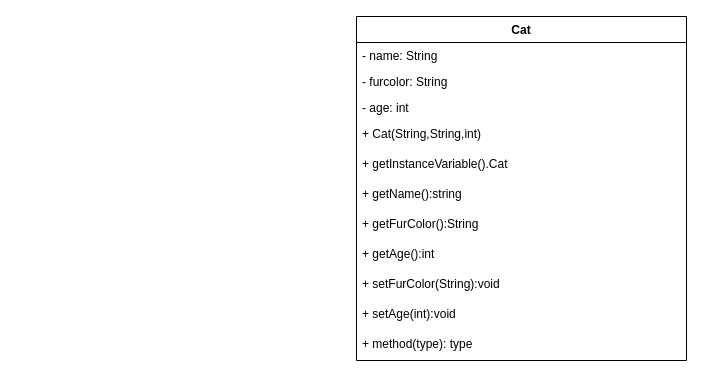
Before: klassendiagramm.drawio in mariussimen/02b_Klassen_Objekte_2, a draw.io diagram. Source tidied: cells renumbered, new cells numbered last; positions are measured from the earlier drawing's top-left corner, leaving out a move shared by most shapes. Both pictures are drawn from the tidied source at 100%, with x=0, y=0 at pixel (356, 16).
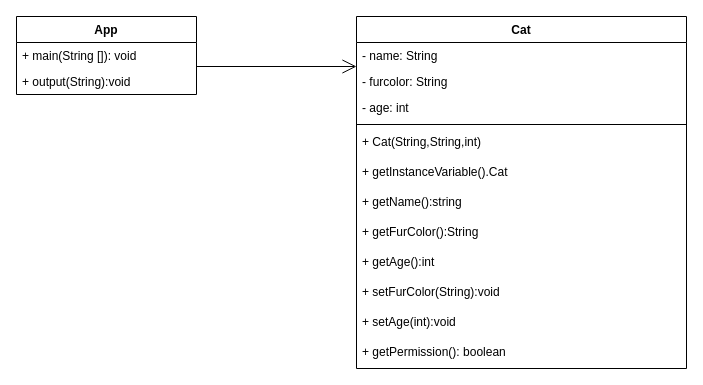
After the change.

Change to the diagram source:
```diff
@@
 <mxGraphModel>
   <root>
     <mxCell id="0" />
     <mxCell id="1" parent="0" />
     <mxCell id="2" value="Cat" style="swimlane;fontStyle=1;align=center;verticalAlign=top;horizontal=1;startSize=26;" parent="1" vertex="1">
-      <mxGeometry width="330" height="344" as="geometry" />
+      <mxGeometry width="330" height="352" as="geometry" />
     </mxCell>
     <mxCell id="3" value="- name: String" style="text;strokeColor=none;fillColor=none;align=left;verticalAlign=top;spacingLeft=4;spacingRight=4;overflow=hidden;" parent="2" vertex="1">
       <mxGeometry y="26" width="330" height="26" as="geometry" />
     </mxCell>
     <mxCell id="4" value="- furcolor: String" style="text;strokeColor=none;fillColor=none;align=left;verticalAlign=top;spacingLeft=4;spacingRight=4;overflow=hidden;" parent="2" vertex="1">
       <mxGeometry y="52" width="330" height="26" as="geometry" />
     </mxCell>
     <mxCell id="5" value="- age: int" style="text;strokeColor=none;fillColor=none;align=left;verticalAlign=top;spacingLeft=4;spacingRight=4;overflow=hidden;" parent="2" vertex="1">
       <mxGeometry y="78" width="330" height="26" as="geometry" />
     </mxCell>
+    <mxCell id="14" style="line;strokeWidth=1;fillColor=none;align=left;verticalAlign=middle;spacingTop=-1;spacingLeft=3;spacingRight=3;labelPosition=right;strokeColor=inherit;" parent="2" vertex="1">
+      <mxGeometry y="104" width="330" height="8" as="geometry" />
+    </mxCell>
     <mxCell id="6" value="+ Cat(String,String,int)" style="text;strokeColor=none;fillColor=none;align=left;verticalAlign=top;spacingLeft=4;spacingRight=4;overflow=hidden;" parent="2" vertex="1">
-      <mxGeometry y="104" width="330" height="30" as="geometry" />
+      <mxGeometry y="112" width="330" height="30" as="geometry" />
     </mxCell>
     <mxCell id="7" value="+ getInstanceVariable().Cat" style="text;strokeColor=none;fillColor=none;align=left;verticalAlign=top;spacingLeft=4;spacingRight=4;overflow=hidden;" parent="2" vertex="1">
-      <mxGeometry y="134" width="330" height="30" as="geometry" />
+      <mxGeometry y="142" width="330" height="30" as="geometry" />
     </mxCell>
     <mxCell id="8" value="+ getName():string" style="text;strokeColor=none;fillColor=none;align=left;verticalAlign=top;spacingLeft=4;spacingRight=4;overflow=hidden;" parent="2" vertex="1">
-      <mxGeometry y="164" width="330" height="30" as="geometry" />
+      <mxGeometry y="172" width="330" height="30" as="geometry" />
     </mxCell>
     <mxCell id="9" value="+ getFurColor():String" style="text;strokeColor=none;fillColor=none;align=left;verticalAlign=top;spacingLeft=4;spacingRight=4;overflow=hidden;" parent="2" vertex="1">
-      <mxGeometry y="194" width="330" height="30" as="geometry" />
+      <mxGeometry y="202" width="330" height="30" as="geometry" />
     </mxCell>
     <mxCell id="10" value="+ getAge():int" style="text;strokeColor=none;fillColor=none;align=left;verticalAlign=top;spacingLeft=4;spacingRight=4;overflow=hidden;" parent="2" vertex="1">
-      <mxGeometry y="224" width="330" height="30" as="geometry" />
+      <mxGeometry y="232" width="330" height="30" as="geometry" />
     </mxCell>
     <mxCell id="11" value="+ setFurColor(String):void" style="text;strokeColor=none;fillColor=none;align=left;verticalAlign=top;spacingLeft=4;spacingRight=4;overflow=hidden;" parent="2" vertex="1">
-      <mxGeometry y="254" width="330" height="30" as="geometry" />
+      <mxGeometry y="262" width="330" height="30" as="geometry" />
     </mxCell>
     <mxCell id="12" value="+ setAge(int):void" style="text;strokeColor=none;fillColor=none;align=left;verticalAlign=top;spacingLeft=4;spacingRight=4;overflow=hidden;" parent="2" vertex="1">
-      <mxGeometry y="284" width="330" height="30" as="geometry" />
+      <mxGeometry y="292" width="330" height="30" as="geometry" />
     </mxCell>
-    <mxCell id="13" value="+ method(type): type" style="text;strokeColor=none;fillColor=none;align=left;verticalAlign=top;spacingLeft=4;spacingRight=4;overflow=hidden;" parent="2" vertex="1">
-      <mxGeometry y="314" width="330" height="30" as="geometry" />
+    <mxCell id="13" value="+ getPermission(): boolean" style="text;strokeColor=none;fillColor=none;align=left;verticalAlign=top;spacingLeft=4;spacingRight=4;overflow=hidden;" parent="2" vertex="1">
+      <mxGeometry y="322" width="330" height="30" as="geometry" />
     </mxCell>
+    <mxCell id="15" value="App" style="swimlane;fontStyle=1;align=center;verticalAlign=top;horizontal=1;startSize=26;" parent="1" vertex="1">
+      <mxGeometry x="-340" width="180" height="78" as="geometry" />
+    </mxCell>
+    <mxCell id="16" value="+ main(String []): void" style="text;strokeColor=none;fillColor=none;align=left;verticalAlign=top;spacingLeft=4;spacingRight=4;overflow=hidden;" parent="15" vertex="1">
+      <mxGeometry y="26" width="180" height="26" as="geometry" />
+    </mxCell>
+    <mxCell id="17" value="+ output(String):void" style="text;strokeColor=none;fillColor=none;align=left;verticalAlign=top;spacingLeft=4;spacingRight=4;overflow=hidden;" parent="15" vertex="1">
+      <mxGeometry y="52" width="180" height="26" as="geometry" />
+    </mxCell>
+    <mxCell id="18" style="endArrow=open;endFill=1;endSize=12;html=1;" parent="1" edge="1">
+      <mxGeometry relative="1" as="geometry">
+        <mxPoint x="-160" y="50" as="sourcePoint" />
+        <mxPoint y="50" as="targetPoint" />
+      </mxGeometry>
+    </mxCell>
   </root>
 </mxGraphModel>
```
